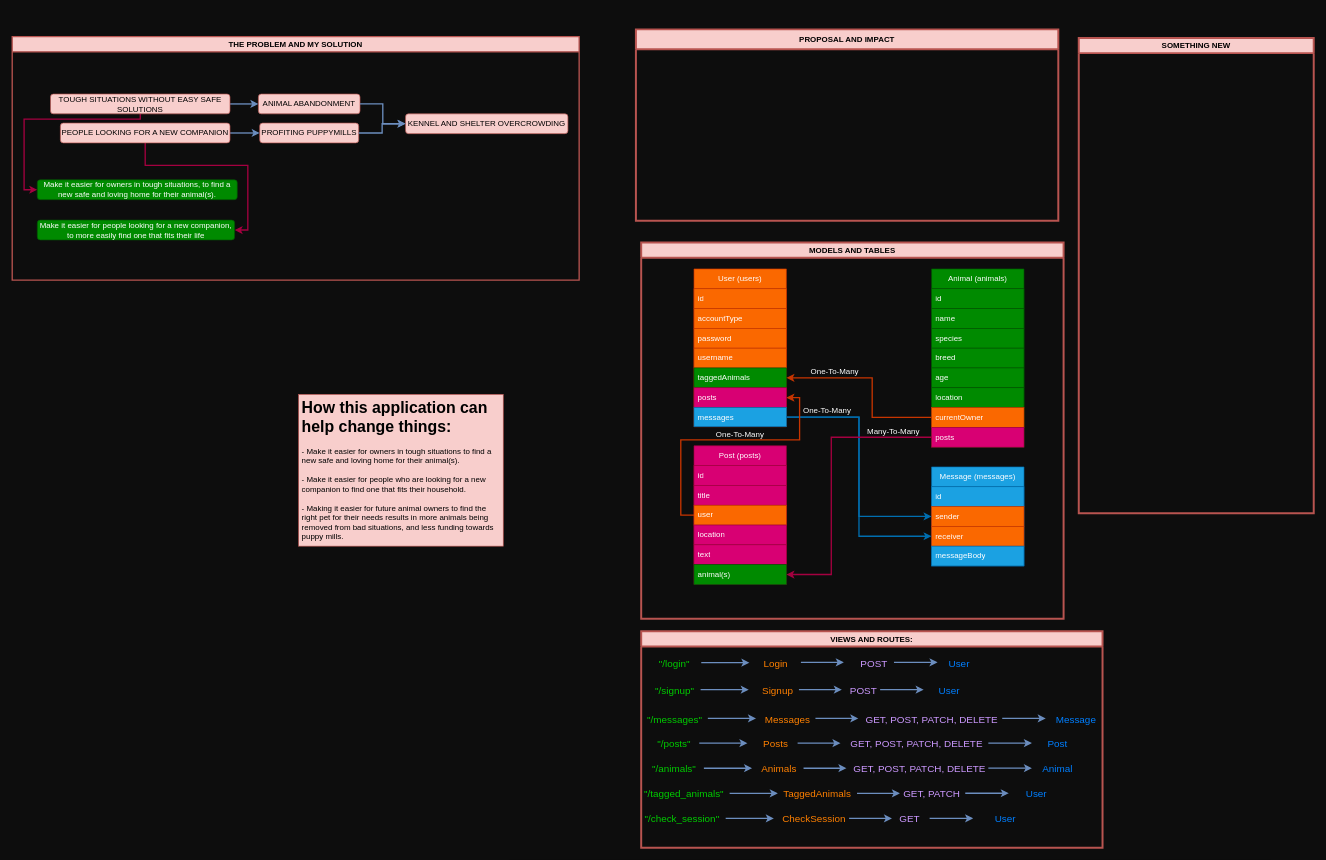
kammau/Animal-Share keeps this draw.io diagram as Untitled Diagram.drawio. Above is the earlier version. Source tidied: cells renumbered, new cells numbered last; positions are measured from the earlier drawing's top-left corner, leaving out a move shared by most shapes. Both pictures are drawn from the tidied source at 66%, with x=0, y=0 at pixel (12, 29).
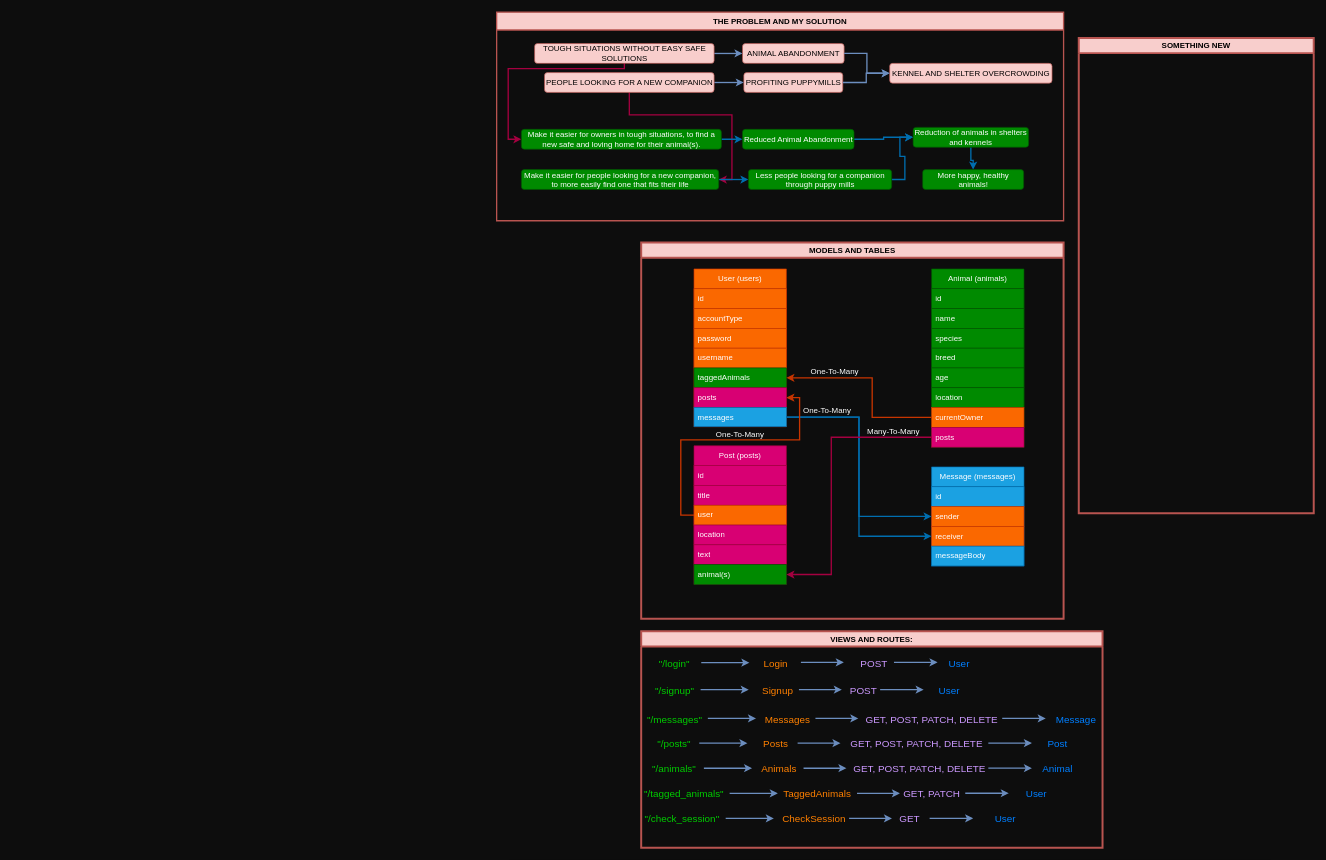
After the change.

The edit, as a diff of the source:
```diff
@@
-    <mxCell id="2" value="PROPOSAL AND IMPACT" style="swimlane;whiteSpace=wrap;html=1;startSize=30;fillColor=#f8cecc;strokeColor=#b85450;strokeWidth=3;" parent="1" vertex="1">
-      <mxGeometry x="945" width="640" height="290" as="geometry" />
-    </mxCell>
@@
-    <mxCell id="93" value="THE PROBLEM AND MY SOLUTION" style="swimlane;whiteSpace=wrap;html=1;fillColor=#f8cecc;strokeColor=#b85450;strokeWidth=2;" parent="1" vertex="1">
-      <mxGeometry y="11" width="859" height="369" as="geometry" />
+    <mxCell id="93" value="THE PROBLEM AND MY SOLUTION" style="swimlane;whiteSpace=wrap;html=1;fillColor=#f8cecc;strokeColor=#b85450;strokeWidth=2;startSize=27;" parent="1" vertex="1">
+      <mxGeometry x="734" y="-26" width="859" height="316" as="geometry" />
     </mxCell>
     <mxCell id="94" value="ANIMAL ABANDONMENT" style="text;html=1;strokeColor=#b85450;fillColor=#f8cecc;align=center;verticalAlign=middle;whiteSpace=wrap;rounded=1;" parent="93" vertex="1">
-      <mxGeometry x="373" y="87" width="154" height="30" as="geometry" />
+      <mxGeometry x="372.5" y="47.5" width="154" height="30" as="geometry" />
     </mxCell>
     <mxCell id="95" value="PROFITING PUPPYMILLS" style="text;html=1;strokeColor=#b85450;fillColor=#f8cecc;align=center;verticalAlign=middle;whiteSpace=wrap;rounded=1;" parent="93" vertex="1">
-      <mxGeometry x="375" y="131" width="150" height="30" as="geometry" />
+      <mxGeometry x="374.5" y="91.5" width="150" height="30" as="geometry" />
     </mxCell>
     <mxCell id="96" value="KENNEL AND SHELTER OVERCROWDING" style="text;html=1;strokeColor=#b85450;fillColor=#f8cecc;align=center;verticalAlign=middle;whiteSpace=wrap;rounded=1;" parent="93" vertex="1">
-      <mxGeometry x="596" y="117" width="246" height="30" as="geometry" />
+      <mxGeometry x="595.5" y="77.5" width="246" height="30" as="geometry" />
     </mxCell>
@@
     <mxCell id="100" style="edgeStyle=orthogonalEdgeStyle;rounded=0;jettySize=auto;html=1;entryX=1;entryY=0.5;entryDx=0;entryDy=0;fillColor=#d80073;strokeColor=#A50040;strokeWidth=2;" parent="93" edge="1" source="101" target="107">
       <mxGeometry relative="1" as="geometry">
         <Array as="points">
-          <mxPoint x="202" y="195" />
-          <mxPoint x="357" y="195" />
-          <mxPoint x="357" y="293" />
+          <mxPoint x="201.5" y="155.5" />
+          <mxPoint x="356.5" y="155.5" />
+          <mxPoint x="356.5" y="253.5" />
         </Array>
       </mxGeometry>
     </mxCell>
     <mxCell id="101" value="PEOPLE LOOKING FOR A NEW COMPANION" style="text;html=1;strokeColor=#b85450;fillColor=#f8cecc;align=center;verticalAlign=middle;whiteSpace=wrap;rounded=1;" parent="93" vertex="1">
-      <mxGeometry x="73" y="131" width="257" height="30" as="geometry" />
+      <mxGeometry x="72.5" y="91.5" width="257" height="30" as="geometry" />
     </mxCell>
@@
     <mxCell id="103" style="edgeStyle=orthogonalEdgeStyle;rounded=0;jettySize=auto;html=1;entryX=0;entryY=0.5;entryDx=0;entryDy=0;strokeWidth=2;fillColor=#d80073;strokeColor=#A50040;" parent="93" edge="1" source="104" target="106">
       <mxGeometry relative="1" as="geometry">
         <Array as="points">
-          <mxPoint x="194" y="125" />
-          <mxPoint x="18" y="125" />
-          <mxPoint x="18" y="232" />
+          <mxPoint x="193.5" y="85.5" />
+          <mxPoint x="17.5" y="85.5" />
+          <mxPoint x="17.5" y="192.5" />
         </Array>
       </mxGeometry>
     </mxCell>
     <mxCell id="104" value="TOUGH SITUATIONS WITHOUT EASY SAFE SOLUTIONS" style="text;html=1;strokeColor=#b85450;fillColor=#f8cecc;align=center;verticalAlign=middle;whiteSpace=wrap;rounded=1;glass=0;shadow=0;" parent="93" vertex="1">
-      <mxGeometry x="58" y="87" width="272" height="30" as="geometry" />
+      <mxGeometry x="57.5" y="47.5" width="272" height="30" as="geometry" />
     </mxCell>
@@
+    <mxCell id="109" style="edgeStyle=orthogonalEdgeStyle;rounded=0;jettySize=auto;html=1;entryX=0;entryY=0.5;entryDx=0;entryDy=0;fillColor=#1ba1e2;strokeColor=#006EAF;strokeWidth=2;" parent="93" edge="1" source="106" target="112">
+      <mxGeometry relative="1" as="geometry" />
+    </mxCell>
     <mxCell id="106" value="Make it easier for owners in tough situations, to find a new safe and loving home for their animal(s)." style="text;html=1;strokeColor=#005700;fillColor=#008a00;align=center;verticalAlign=middle;whiteSpace=wrap;rounded=1;fontColor=#FFFFFF;" parent="93" vertex="1">
-      <mxGeometry x="38" y="217" width="303" height="30" as="geometry" />
+      <mxGeometry x="37.5" y="177.5" width="303" height="30" as="geometry" />
     </mxCell>
+    <mxCell id="110" style="edgeStyle=orthogonalEdgeStyle;rounded=0;jettySize=auto;html=1;fillColor=#1ba1e2;strokeColor=#006EAF;strokeWidth=2;" parent="93" edge="1" source="107" target="114">
+      <mxGeometry relative="1" as="geometry" />
+    </mxCell>
     <mxCell id="107" value="&lt;font color=&quot;#ffffff&quot;&gt;Make it easier for people looking for a new companion, to more easily find one that fits their life&lt;/font&gt;" style="text;html=1;strokeColor=#005700;fillColor=#008a00;align=center;verticalAlign=middle;whiteSpace=wrap;rounded=1;fontColor=#ffffff;" parent="93" vertex="1">
-      <mxGeometry x="38" y="278" width="299" height="30" as="geometry" />
+      <mxGeometry x="37.5" y="238.5" width="299" height="30" as="geometry" />
     </mxCell>
-    <mxCell id="108" value="&lt;h1&gt;How this application can help change things:&lt;/h1&gt;&lt;div&gt;- Make it easier for owners in tough situations to find a new safe and loving home for their animal(s).&lt;/div&gt;&lt;div&gt;&lt;br&gt;&lt;/div&gt;&lt;div&gt;- Make it easier for people who are looking for a new companion to find one that fits their household.&lt;/div&gt;&lt;div&gt;&lt;br&gt;&lt;/div&gt;&lt;div&gt;- Making it easier for future animal owners to find the right pet for their needs results in more animals being removed from bad situations, and less funding towards puppy mills.&lt;/div&gt;" style="text;html=1;strokeColor=#b85450;fillColor=#f8cecc;spacing=5;spacingTop=-20;whiteSpace=wrap;overflow=hidden;rounded=0;" parent="1" vertex="1">
-      <mxGeometry x="434" y="553" width="310" height="230" as="geometry" />
-    </mxCell>
+    <mxCell id="111" style="edgeStyle=orthogonalEdgeStyle;rounded=0;jettySize=auto;html=1;entryX=0;entryY=0.5;entryDx=0;entryDy=0;fillColor=#1ba1e2;strokeColor=#006EAF;strokeWidth=2;" parent="93" edge="1" source="112" target="116">
+      <mxGeometry relative="1" as="geometry" />
+    </mxCell>
+    <mxCell id="112" value="Reduced Animal Abandonment" style="text;html=1;strokeColor=#005700;fillColor=#008a00;align=center;verticalAlign=middle;whiteSpace=wrap;rounded=1;fontColor=#ffffff;" parent="93" vertex="1">
+      <mxGeometry x="372.5" y="177.5" width="169" height="30" as="geometry" />
+    </mxCell>
+    <mxCell id="113" style="edgeStyle=orthogonalEdgeStyle;rounded=0;jettySize=auto;html=1;entryX=0;entryY=0.5;entryDx=0;entryDy=0;fillColor=#1ba1e2;strokeColor=#006EAF;strokeWidth=2;" parent="93" edge="1" source="114" target="116">
+      <mxGeometry relative="1" as="geometry" />
+    </mxCell>
+    <mxCell id="114" value="Less people looking for a companion through puppy mills" style="text;html=1;strokeColor=#005700;fillColor=#008a00;align=center;verticalAlign=middle;whiteSpace=wrap;rounded=1;fontColor=#ffffff;" parent="93" vertex="1">
+      <mxGeometry x="381.5" y="238.5" width="217" height="30" as="geometry" />
+    </mxCell>
+    <mxCell id="115" style="edgeStyle=orthogonalEdgeStyle;rounded=0;jettySize=auto;html=1;entryX=0.5;entryY=0;entryDx=0;entryDy=0;fillColor=#1ba1e2;strokeColor=#006EAF;strokeWidth=2;" parent="93" edge="1" source="116" target="117">
+      <mxGeometry relative="1" as="geometry" />
+    </mxCell>
+    <mxCell id="116" value="Reduction of animals in shelters and kennels" style="text;html=1;strokeColor=#005700;fillColor=#008a00;align=center;verticalAlign=middle;whiteSpace=wrap;rounded=1;fontColor=#ffffff;" parent="93" vertex="1">
+      <mxGeometry x="631" y="174.5" width="175" height="30" as="geometry" />
+    </mxCell>
+    <mxCell id="117" value="More happy, healthy animals!" style="text;html=1;strokeColor=#005700;fillColor=#008a00;align=center;verticalAlign=middle;whiteSpace=wrap;rounded=1;fontColor=#ffffff;" parent="93" vertex="1">
+      <mxGeometry x="645.5" y="238.5" width="153" height="30" as="geometry" />
+    </mxCell>
```
